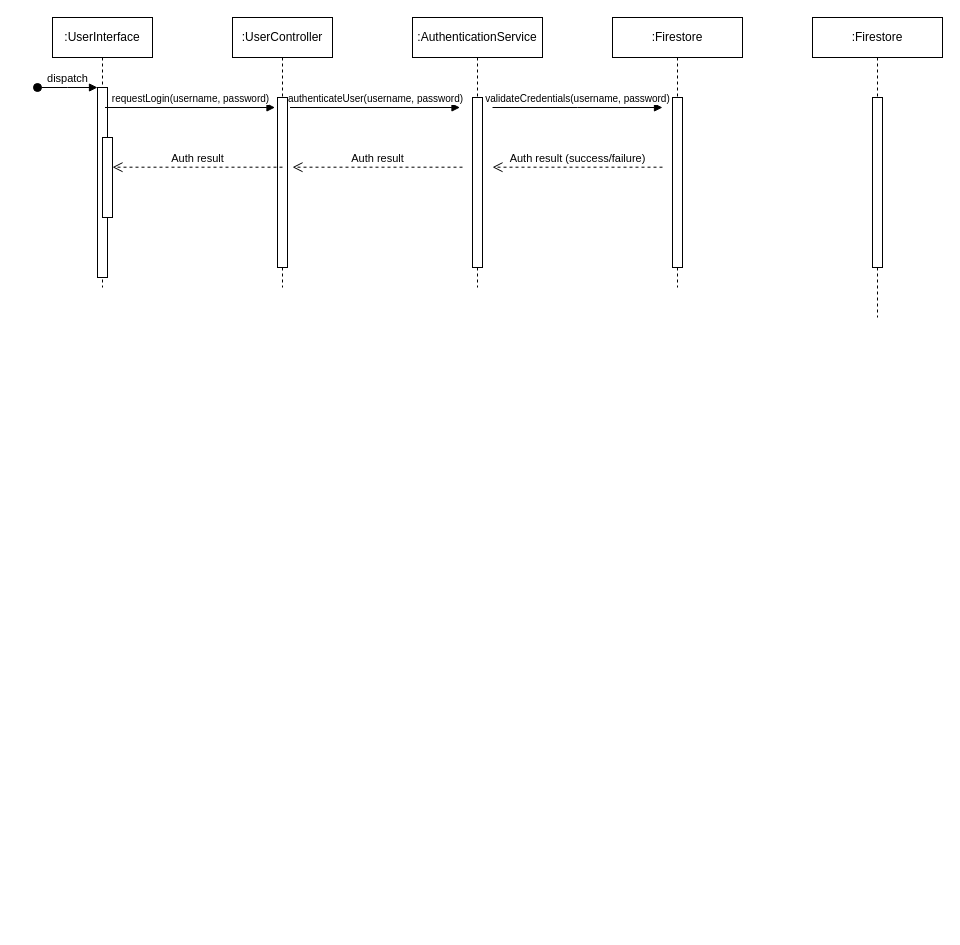
Ebrahim-Ramadan/myfitrainer-app keeps this draw.io diagram as public/sequence diagram.drawio. Above is the earlier version. Source tidied: cells renumbered, new cells numbered last; positions are measured from the earlier drawing's top-left corner, leaving out a move shared by most shapes. Both pictures are drawn from the tidied source at 100%, with x=0, y=0 at pixel (37, 17).
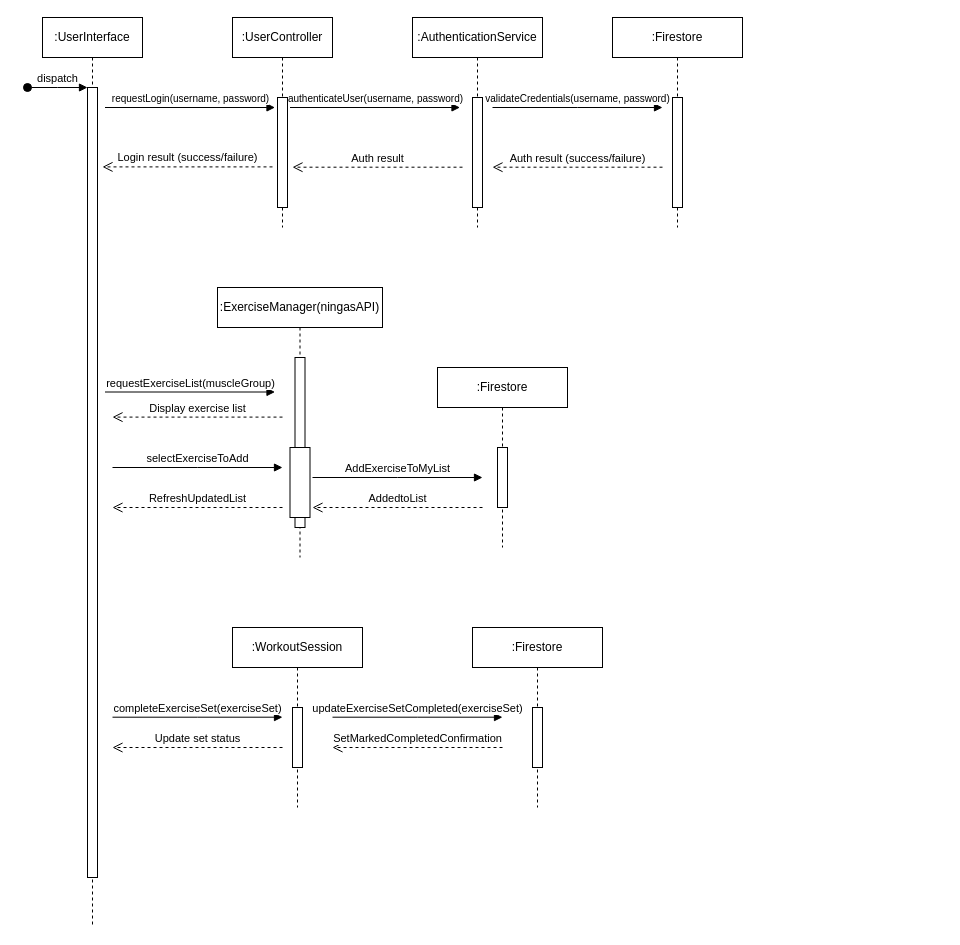
The same diagram, later.

Diff of the diagram source:
```diff
@@
     <mxCell id="2" value=":UserInterface" style="shape=umlLifeline;perimeter=lifelinePerimeter;whiteSpace=wrap;html=1;newEdgeStyle={&quot;edgeStyle&quot;:&quot;elbowEdgeStyle&quot;,&quot;elbow&quot;:&quot;vertical&quot;,&quot;curved&quot;:0,&quot;rounded&quot;:0};" parent="1" vertex="1">
-      <mxGeometry x="15" width="100" height="270" as="geometry" />
+      <mxGeometry x="5" width="100" height="910" as="geometry" />
     </mxCell>
     <mxCell id="3" style="html=1;points=[];perimeter=orthogonalPerimeter;outlineConnect=0;targetShapes=umlLifeline;portConstraint=eastwest;newEdgeStyle={&quot;edgeStyle&quot;:&quot;elbowEdgeStyle&quot;,&quot;elbow&quot;:&quot;vertical&quot;,&quot;curved&quot;:0,&quot;rounded&quot;:0};" parent="2" vertex="1">
-      <mxGeometry x="45" y="70" width="10" height="190" as="geometry" />
+      <mxGeometry x="45" y="70" width="10" height="790" as="geometry" />
     </mxCell>
@@
-    <mxCell id="5" style="html=1;perimeter=orthogonalPerimeter;targetShapes=umlLifeline;newEdgeStyle={&quot;edgeStyle&quot;:&quot;elbowEdgeStyle&quot;,&quot;elbow&quot;:&quot;vertical&quot;,&quot;curved&quot;:0,&quot;rounded&quot;:0};" parent="2" vertex="1">
-      <mxGeometry x="50" y="120" width="10" height="80" as="geometry" />
-    </mxCell>
     <mxCell id="6" value=":UserController" style="shape=umlLifeline;perimeter=lifelinePerimeter;whiteSpace=wrap;html=1;newEdgeStyle={&quot;edgeStyle&quot;:&quot;elbowEdgeStyle&quot;,&quot;elbow&quot;:&quot;vertical&quot;,&quot;curved&quot;:0,&quot;rounded&quot;:0};" parent="1" vertex="1">
-      <mxGeometry x="195" width="100" height="270" as="geometry" />
+      <mxGeometry x="195" width="100" height="210" as="geometry" />
     </mxCell>
     <mxCell id="7" style="html=1;perimeter=orthogonalPerimeter;targetShapes=umlLifeline;newEdgeStyle={&quot;edgeStyle&quot;:&quot;elbowEdgeStyle&quot;,&quot;elbow&quot;:&quot;vertical&quot;,&quot;curved&quot;:0,&quot;rounded&quot;:0};" parent="6" vertex="1">
-      <mxGeometry x="45" y="80" width="10" height="170" as="geometry" />
+      <mxGeometry x="45" y="80" width="10" height="110" as="geometry" />
     </mxCell>
@@
     <mxCell id="10" value=":AuthenticationService" style="shape=umlLifeline;perimeter=lifelinePerimeter;whiteSpace=wrap;html=1;newEdgeStyle={&quot;edgeStyle&quot;:&quot;elbowEdgeStyle&quot;,&quot;elbow&quot;:&quot;vertical&quot;,&quot;curved&quot;:0,&quot;rounded&quot;:0};" parent="1" vertex="1">
-      <mxGeometry x="375" width="130" height="270" as="geometry" />
+      <mxGeometry x="375" width="130" height="210" as="geometry" />
     </mxCell>
     <mxCell id="11" style="html=1;perimeter=orthogonalPerimeter;targetShapes=umlLifeline;newEdgeStyle={&quot;edgeStyle&quot;:&quot;elbowEdgeStyle&quot;,&quot;elbow&quot;:&quot;vertical&quot;,&quot;curved&quot;:0,&quot;rounded&quot;:0};" parent="10" vertex="1">
-      <mxGeometry x="60" y="80" width="10" height="170" as="geometry" />
+      <mxGeometry x="60" y="80" width="10" height="110" as="geometry" />
     </mxCell>
     <mxCell id="12" value=":Firestore" style="shape=umlLifeline;perimeter=lifelinePerimeter;whiteSpace=wrap;html=1;newEdgeStyle={&quot;edgeStyle&quot;:&quot;elbowEdgeStyle&quot;,&quot;elbow&quot;:&quot;vertical&quot;,&quot;curved&quot;:0,&quot;rounded&quot;:0};" parent="1" vertex="1">
-      <mxGeometry x="575" width="130" height="270" as="geometry" />
+      <mxGeometry x="575" width="130" height="210" as="geometry" />
     </mxCell>
     <mxCell id="13" style="html=1;perimeter=orthogonalPerimeter;targetShapes=umlLifeline;newEdgeStyle={&quot;edgeStyle&quot;:&quot;elbowEdgeStyle&quot;,&quot;elbow&quot;:&quot;vertical&quot;,&quot;curved&quot;:0,&quot;rounded&quot;:0};" parent="12" vertex="1">
-      <mxGeometry x="60" y="80" width="10" height="170" as="geometry" />
+      <mxGeometry x="60" y="80" width="10" height="110" as="geometry" />
     </mxCell>
-    <mxCell id="14" value=":Firestore" style="shape=umlLifeline;perimeter=lifelinePerimeter;whiteSpace=wrap;html=1;newEdgeStyle={&quot;edgeStyle&quot;:&quot;elbowEdgeStyle&quot;,&quot;elbow&quot;:&quot;vertical&quot;,&quot;curved&quot;:0,&quot;rounded&quot;:0};" parent="1" vertex="1">
-      <mxGeometry x="775" width="130" height="300" as="geometry" />
-    </mxCell>
-    <mxCell id="15" style="html=1;perimeter=orthogonalPerimeter;targetShapes=umlLifeline;newEdgeStyle={&quot;edgeStyle&quot;:&quot;elbowEdgeStyle&quot;,&quot;elbow&quot;:&quot;vertical&quot;,&quot;curved&quot;:0,&quot;rounded&quot;:0};" parent="14" vertex="1">
-      <mxGeometry x="60" y="80" width="10" height="170" as="geometry" />
-    </mxCell>
@@
-    <mxCell id="19" value="&lt;div&gt;Auth result&lt;/div&gt;" style="html=1;verticalAlign=bottom;endArrow=open;dashed=1;endSize=8;edgeStyle=elbowEdgeStyle;elbow=vertical;curved=0;rounded=0;" parent="1" edge="1">
+    <mxCell id="19" value="&lt;div&gt;Login result (success/failure)&lt;/div&gt;" style="html=1;verticalAlign=bottom;endArrow=open;dashed=1;endSize=8;edgeStyle=elbowEdgeStyle;elbow=vertical;curved=0;rounded=0;" parent="1" edge="1">
       <mxGeometry relative="1" as="geometry">
-        <mxPoint x="245" y="149.7" as="sourcePoint" />
-        <mxPoint x="75" y="149.7" as="targetPoint" />
+        <mxPoint x="235" y="149.4" as="sourcePoint" />
+        <mxPoint x="65" y="149.4" as="targetPoint" />
         <Array as="points">
-          <mxPoint x="170" y="149.7" />
+          <mxPoint x="160" y="149.4" />
         </Array>
       </mxGeometry>
     </mxCell>
+    <mxCell id="20" value=":ExerciseManager(ningasAPI)" style="shape=umlLifeline;perimeter=lifelinePerimeter;whiteSpace=wrap;html=1;newEdgeStyle={&quot;edgeStyle&quot;:&quot;elbowEdgeStyle&quot;,&quot;elbow&quot;:&quot;vertical&quot;,&quot;curved&quot;:0,&quot;rounded&quot;:0};" parent="1" vertex="1">
+      <mxGeometry x="180" y="270" width="165" height="270" as="geometry" />
+    </mxCell>
+    <mxCell id="21" style="html=1;perimeter=orthogonalPerimeter;targetShapes=umlLifeline;newEdgeStyle={&quot;edgeStyle&quot;:&quot;elbowEdgeStyle&quot;,&quot;elbow&quot;:&quot;vertical&quot;,&quot;curved&quot;:0,&quot;rounded&quot;:0};" parent="20" vertex="1">
+      <mxGeometry x="77.5" y="70" width="10" height="170" as="geometry" />
+    </mxCell>
+    <mxCell id="22" style="html=1;perimeter=orthogonalPerimeter;targetShapes=umlLifeline;newEdgeStyle={&quot;edgeStyle&quot;:&quot;elbowEdgeStyle&quot;,&quot;elbow&quot;:&quot;vertical&quot;,&quot;curved&quot;:0,&quot;rounded&quot;:0};" parent="20" vertex="1">
+      <mxGeometry x="72.5" y="160" width="20" height="70" as="geometry" />
+    </mxCell>
+    <mxCell id="23" value="&lt;div&gt;requestExerciseList(muscleGroup)&lt;/div&gt;" style="html=1;verticalAlign=bottom;endArrow=block;edgeStyle=elbowEdgeStyle;elbow=vertical;curved=0;rounded=0;" parent="1" edge="1">
+      <mxGeometry relative="1" as="geometry">
+        <mxPoint x="67.5" y="374.5" as="sourcePoint" />
+        <mxPoint x="237.5" y="374.5" as="targetPoint" />
+        <Array as="points">
+          <mxPoint x="152.5" y="374.5" />
+        </Array>
+      </mxGeometry>
+    </mxCell>
+    <mxCell id="24" value="&lt;div&gt;Display exercise list&lt;/div&gt;" style="html=1;verticalAlign=bottom;endArrow=open;dashed=1;endSize=8;edgeStyle=elbowEdgeStyle;elbow=vertical;curved=0;rounded=0;" parent="1" edge="1">
+      <mxGeometry relative="1" as="geometry">
+        <mxPoint x="245" y="399.6" as="sourcePoint" />
+        <mxPoint x="75" y="399.6" as="targetPoint" />
+        <Array as="points">
+          <mxPoint x="170" y="399.6" />
+        </Array>
+      </mxGeometry>
+    </mxCell>
+    <mxCell id="25" value="&lt;div&gt;selectExerciseToAdd&lt;/div&gt;" style="html=1;verticalAlign=bottom;endArrow=block;edgeStyle=elbowEdgeStyle;elbow=vertical;curved=0;rounded=0;" parent="1" edge="1">
+      <mxGeometry relative="1" as="geometry">
+        <mxPoint x="75" y="450" as="sourcePoint" />
+        <mxPoint x="245" y="450" as="targetPoint" />
+        <Array as="points">
+          <mxPoint x="160" y="450" />
+        </Array>
+      </mxGeometry>
+    </mxCell>
+    <mxCell id="26" value=":Firestore" style="shape=umlLifeline;perimeter=lifelinePerimeter;whiteSpace=wrap;html=1;newEdgeStyle={&quot;edgeStyle&quot;:&quot;elbowEdgeStyle&quot;,&quot;elbow&quot;:&quot;vertical&quot;,&quot;curved&quot;:0,&quot;rounded&quot;:0};" parent="1" vertex="1">
+      <mxGeometry x="400" y="350" width="130" height="180" as="geometry" />
+    </mxCell>
+    <mxCell id="27" style="html=1;perimeter=orthogonalPerimeter;targetShapes=umlLifeline;newEdgeStyle={&quot;edgeStyle&quot;:&quot;elbowEdgeStyle&quot;,&quot;elbow&quot;:&quot;vertical&quot;,&quot;curved&quot;:0,&quot;rounded&quot;:0};" parent="26" vertex="1">
+      <mxGeometry x="60" y="80" width="10" height="60" as="geometry" />
+    </mxCell>
+    <mxCell id="28" value="&lt;div&gt;AddExerciseToMyList&lt;/div&gt;" style="html=1;verticalAlign=bottom;endArrow=block;edgeStyle=elbowEdgeStyle;elbow=vertical;curved=0;rounded=0;" parent="1" edge="1">
+      <mxGeometry relative="1" as="geometry">
+        <mxPoint x="275" y="460" as="sourcePoint" />
+        <mxPoint x="445" y="460" as="targetPoint" />
+        <Array as="points">
+          <mxPoint x="360" y="460" />
+        </Array>
+      </mxGeometry>
+    </mxCell>
+    <mxCell id="29" value=":WorkoutSession" style="shape=umlLifeline;perimeter=lifelinePerimeter;whiteSpace=wrap;html=1;newEdgeStyle={&quot;edgeStyle&quot;:&quot;elbowEdgeStyle&quot;,&quot;elbow&quot;:&quot;vertical&quot;,&quot;curved&quot;:0,&quot;rounded&quot;:0};" parent="1" vertex="1">
+      <mxGeometry x="195" y="610" width="130" height="180" as="geometry" />
+    </mxCell>
+    <mxCell id="30" style="html=1;perimeter=orthogonalPerimeter;targetShapes=umlLifeline;newEdgeStyle={&quot;edgeStyle&quot;:&quot;elbowEdgeStyle&quot;,&quot;elbow&quot;:&quot;vertical&quot;,&quot;curved&quot;:0,&quot;rounded&quot;:0};" parent="29" vertex="1">
+      <mxGeometry x="60" y="80" width="10" height="60" as="geometry" />
+    </mxCell>
+    <mxCell id="31" value="&lt;div&gt;completeExerciseSet(exerciseSet)&lt;/div&gt;" style="html=1;verticalAlign=bottom;endArrow=block;edgeStyle=elbowEdgeStyle;elbow=vertical;curved=0;rounded=0;" parent="1" edge="1">
+      <mxGeometry relative="1" as="geometry">
+        <mxPoint x="75" y="699.7" as="sourcePoint" />
+        <mxPoint x="245" y="699.7" as="targetPoint" />
+        <Array as="points">
+          <mxPoint x="160" y="699.7" />
+        </Array>
+      </mxGeometry>
+    </mxCell>
+    <mxCell id="32" value="&lt;div&gt;updateExerciseSetCompleted(exerciseSet)&lt;/div&gt;" style="html=1;verticalAlign=bottom;endArrow=block;edgeStyle=elbowEdgeStyle;elbow=vertical;curved=0;rounded=0;" parent="1" edge="1">
+      <mxGeometry relative="1" as="geometry">
+        <mxPoint x="295" y="699.7" as="sourcePoint" />
+        <mxPoint x="465" y="699.7" as="targetPoint" />
+        <Array as="points">
+          <mxPoint x="380" y="699.7" />
+        </Array>
+      </mxGeometry>
+    </mxCell>
+    <mxCell id="33" value=":Firestore" style="shape=umlLifeline;perimeter=lifelinePerimeter;whiteSpace=wrap;html=1;newEdgeStyle={&quot;edgeStyle&quot;:&quot;elbowEdgeStyle&quot;,&quot;elbow&quot;:&quot;vertical&quot;,&quot;curved&quot;:0,&quot;rounded&quot;:0};" parent="1" vertex="1">
+      <mxGeometry x="435" y="610" width="130" height="180" as="geometry" />
+    </mxCell>
+    <mxCell id="34" style="html=1;perimeter=orthogonalPerimeter;targetShapes=umlLifeline;newEdgeStyle={&quot;edgeStyle&quot;:&quot;elbowEdgeStyle&quot;,&quot;elbow&quot;:&quot;vertical&quot;,&quot;curved&quot;:0,&quot;rounded&quot;:0};" parent="33" vertex="1">
+      <mxGeometry x="60" y="80" width="10" height="60" as="geometry" />
+    </mxCell>
+    <mxCell id="35" value="&lt;div&gt;AddedtoList&lt;/div&gt;" style="html=1;verticalAlign=bottom;endArrow=open;dashed=1;endSize=8;edgeStyle=elbowEdgeStyle;elbow=vertical;curved=0;rounded=0;" parent="1" edge="1">
+      <mxGeometry relative="1" as="geometry">
+        <mxPoint x="445" y="490" as="sourcePoint" />
+        <mxPoint x="275" y="490" as="targetPoint" />
+        <Array as="points">
+          <mxPoint x="370" y="490" />
+        </Array>
+      </mxGeometry>
+    </mxCell>
+    <mxCell id="36" value="&lt;div&gt;RefreshUpdatedList&lt;/div&gt;" style="html=1;verticalAlign=bottom;endArrow=open;dashed=1;endSize=8;edgeStyle=elbowEdgeStyle;elbow=vertical;curved=0;rounded=0;" parent="1" edge="1">
+      <mxGeometry relative="1" as="geometry">
+        <mxPoint x="245" y="490" as="sourcePoint" />
+        <mxPoint x="75" y="490" as="targetPoint" />
+        <Array as="points">
+          <mxPoint x="170" y="490" />
+        </Array>
+      </mxGeometry>
+    </mxCell>
+    <mxCell id="37" value="&lt;div&gt;SetMarkedCompletedConfirmation&lt;/div&gt;" style="html=1;verticalAlign=bottom;endArrow=open;dashed=1;endSize=8;edgeStyle=elbowEdgeStyle;elbow=vertical;curved=0;rounded=0;" parent="1" edge="1">
+      <mxGeometry relative="1" as="geometry">
+        <mxPoint x="465" y="730" as="sourcePoint" />
+        <mxPoint x="295" y="730" as="targetPoint" />
+        <Array as="points">
+          <mxPoint x="390" y="730" />
+        </Array>
+      </mxGeometry>
+    </mxCell>
+    <mxCell id="38" value="&lt;div&gt;Update set status&lt;/div&gt;" style="html=1;verticalAlign=bottom;endArrow=open;dashed=1;endSize=8;edgeStyle=elbowEdgeStyle;elbow=vertical;curved=0;rounded=0;" parent="1" edge="1">
+      <mxGeometry relative="1" as="geometry">
+        <mxPoint x="245" y="730" as="sourcePoint" />
+        <mxPoint x="75" y="730" as="targetPoint" />
+        <Array as="points">
+          <mxPoint x="170" y="730" />
+        </Array>
+      </mxGeometry>
+    </mxCell>
```
